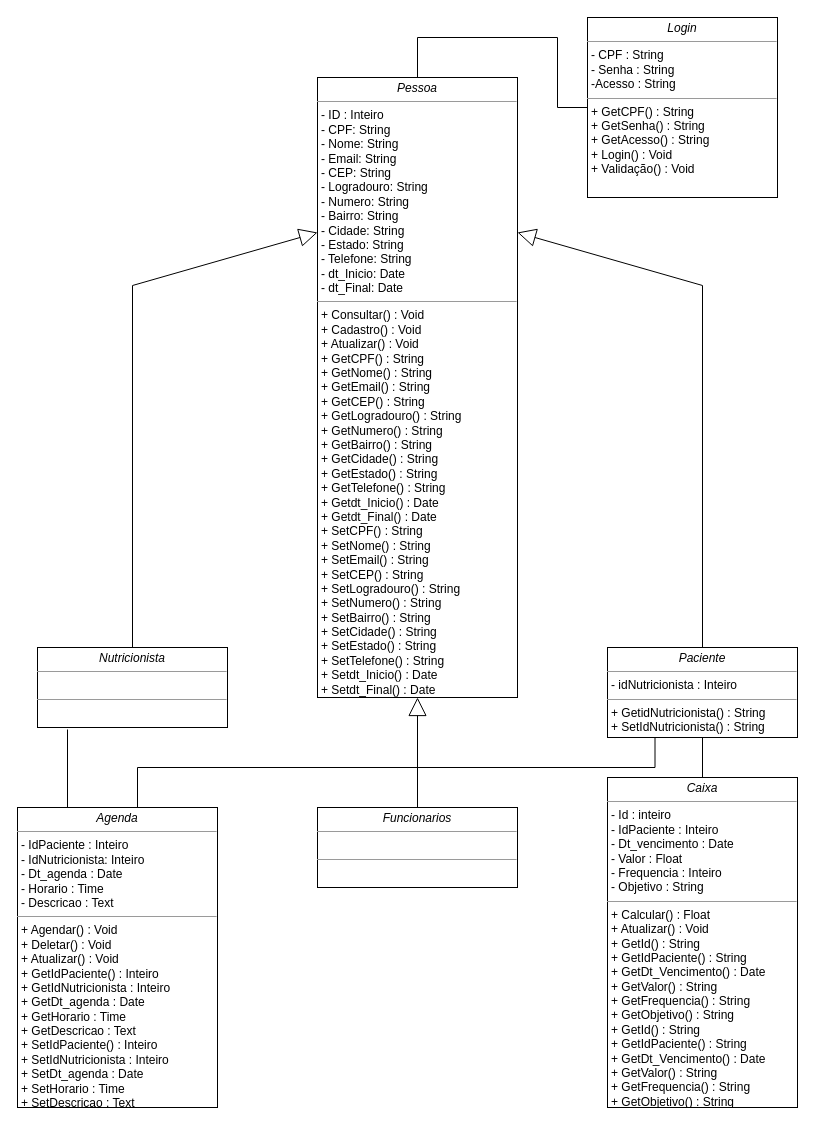
Above: Diagrama de Classe.drawio in Tavares264/Project_PccFit (draw.io), before the change. Source tidied: cells renumbered, new cells numbered last; positions are measured from the earlier drawing's top-left corner, leaving out a move shared by most shapes. Both pictures are drawn from the tidied source at 100%, with x=0, y=0 at pixel (17, 17).
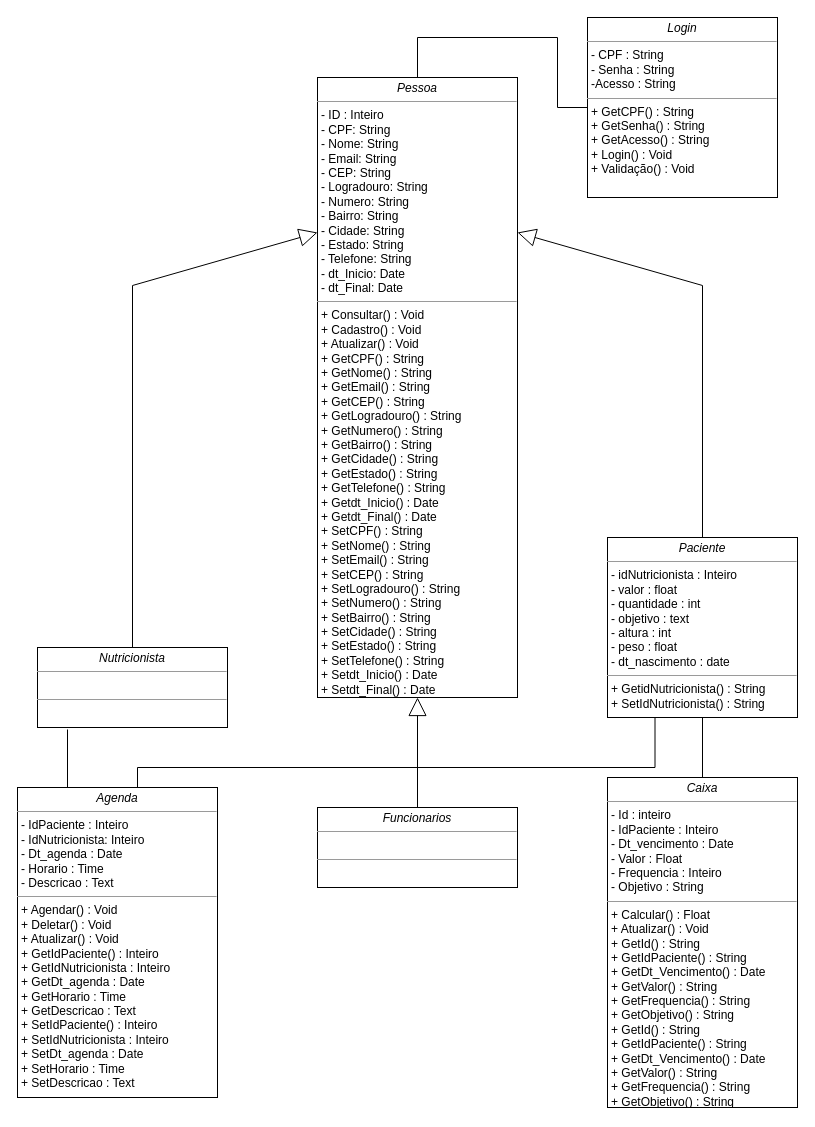
After the change.

What changed in the source:
```diff
@@
-    <mxCell id="4" value="&lt;p style=&quot;margin: 0px ; margin-top: 4px ; text-align: center&quot;&gt;&lt;i&gt;Paciente&lt;/i&gt;&lt;/p&gt;&lt;hr size=&quot;1&quot;&gt;&lt;p style=&quot;margin: 0px ; margin-left: 4px&quot;&gt;- idNutricionista : Inteiro&lt;br&gt;&lt;/p&gt;&lt;hr size=&quot;1&quot;&gt;&lt;p style=&quot;margin: 0px 0px 0px 4px&quot;&gt;+ GetidNutricionista() : String&lt;br&gt;&lt;/p&gt;&lt;p style=&quot;margin: 0px 0px 0px 4px&quot;&gt;+ SetIdNutricionista() : String&lt;/p&gt;" style="verticalAlign=top;align=left;overflow=fill;fontSize=12;fontFamily=Helvetica;html=1;rounded=0;shadow=0;comic=0;labelBackgroundColor=none;strokeWidth=1;" parent="1" vertex="1">
-      <mxGeometry x="590" y="630" width="190" height="90" as="geometry" />
+    <mxCell id="4" value="&lt;p style=&quot;margin: 0px ; margin-top: 4px ; text-align: center&quot;&gt;&lt;i&gt;Paciente&lt;/i&gt;&lt;/p&gt;&lt;hr size=&quot;1&quot;&gt;&lt;p style=&quot;margin: 0px ; margin-left: 4px&quot;&gt;- idNutricionista : Inteiro&lt;br&gt;&lt;/p&gt;&lt;p style=&quot;margin: 0px ; margin-left: 4px&quot;&gt;-&amp;nbsp;&lt;span&gt;valor : float&lt;/span&gt;&lt;/p&gt;&lt;p style=&quot;margin: 0px ; margin-left: 4px&quot;&gt;- quantidade : int&lt;/p&gt;&lt;p style=&quot;margin: 0px ; margin-left: 4px&quot;&gt;- objetivo : text&lt;/p&gt;&lt;p style=&quot;margin: 0px ; margin-left: 4px&quot;&gt;- altura : int&lt;/p&gt;&lt;p style=&quot;margin: 0px ; margin-left: 4px&quot;&gt;- peso : float&lt;/p&gt;&lt;p style=&quot;margin: 0px ; margin-left: 4px&quot;&gt;- dt_nascimento : date&lt;/p&gt;&lt;hr size=&quot;1&quot;&gt;&lt;p style=&quot;margin: 0px 0px 0px 4px&quot;&gt;+ GetidNutricionista() : String&lt;br&gt;&lt;/p&gt;&lt;p style=&quot;margin: 0px 0px 0px 4px&quot;&gt;+ SetIdNutricionista() : String&lt;/p&gt;" style="verticalAlign=top;align=left;overflow=fill;fontSize=12;fontFamily=Helvetica;html=1;rounded=0;shadow=0;comic=0;labelBackgroundColor=none;strokeWidth=1;" parent="1" vertex="1">
+      <mxGeometry x="590" y="520" width="190" height="180" as="geometry" />
     </mxCell>
@@
-    <mxCell id="12" value="&lt;p style=&quot;margin: 0px ; margin-top: 4px ; text-align: center&quot;&gt;&lt;i&gt;Agenda&lt;/i&gt;&lt;/p&gt;&lt;hr size=&quot;1&quot;&gt;&lt;p style=&quot;margin: 0px ; margin-left: 4px&quot;&gt;- IdPaciente : Inteiro&lt;/p&gt;&lt;p style=&quot;margin: 0px ; margin-left: 4px&quot;&gt;- IdNutricionista: Inteiro&lt;/p&gt;&lt;p style=&quot;margin: 0px ; margin-left: 4px&quot;&gt;- Dt_agenda : Date&lt;/p&gt;&lt;p style=&quot;margin: 0px ; margin-left: 4px&quot;&gt;- Horario : Time&lt;/p&gt;&lt;p style=&quot;margin: 0px ; margin-left: 4px&quot;&gt;- Descricao : Text&lt;/p&gt;&lt;hr size=&quot;1&quot;&gt;&lt;p style=&quot;margin: 0px 0px 0px 4px&quot;&gt;+ Agendar() : Void&lt;/p&gt;&lt;p style=&quot;margin: 0px 0px 0px 4px&quot;&gt;+ Deletar() : Void&lt;/p&gt;&lt;p style=&quot;margin: 0px 0px 0px 4px&quot;&gt;+ Atualizar() : Void&lt;/p&gt;&lt;p style=&quot;margin: 0px 0px 0px 4px&quot;&gt;+ GetIdPaciente() : Inteiro&lt;/p&gt;&lt;p style=&quot;margin: 0px 0px 0px 4px&quot;&gt;+ GetIdNutricionista : Inteiro&lt;/p&gt;&lt;p style=&quot;margin: 0px 0px 0px 4px&quot;&gt;+ GetDt_agenda : Date&lt;/p&gt;&lt;p style=&quot;margin: 0px 0px 0px 4px&quot;&gt;+ GetHorario : Time&lt;/p&gt;&lt;p style=&quot;margin: 0px 0px 0px 4px&quot;&gt;+ GetDescricao : Text&lt;/p&gt;&lt;p style=&quot;margin: 0px 0px 0px 4px&quot;&gt;+ SetIdPaciente() : Inteiro&lt;/p&gt;&lt;p style=&quot;margin: 0px 0px 0px 4px&quot;&gt;+ SetIdNutricionista : Inteiro&lt;/p&gt;&lt;p style=&quot;margin: 0px 0px 0px 4px&quot;&gt;+ SetDt_agenda : Date&lt;/p&gt;&lt;p style=&quot;margin: 0px 0px 0px 4px&quot;&gt;+ SetHorario : Time&lt;/p&gt;&lt;p style=&quot;margin: 0px 0px 0px 4px&quot;&gt;+ SetDescricao : Text&lt;/p&gt;" style="verticalAlign=top;align=left;overflow=fill;fontSize=12;fontFamily=Helvetica;html=1;rounded=0;shadow=0;comic=0;labelBackgroundColor=none;strokeWidth=1;" parent="1" vertex="1">
-      <mxGeometry y="790" width="200" height="300" as="geometry" />
-    </mxCell>
-    <mxCell id="13" style="endArrow=none;html=1;edgeStyle=orthogonalEdgeStyle;rounded=0;entryX=0.25;entryY=1;entryDx=0;entryDy=0;" parent="1" edge="1" target="4">
+    <mxCell id="13" style="endArrow=none;html=1;edgeStyle=orthogonalEdgeStyle;rounded=0;entryX=0.25;entryY=1;entryDx=0;entryDy=0;startArrow=none;" parent="1" edge="1" source="12" target="4">
       <mxGeometry relative="1" as="geometry">
-        <mxPoint x="120" y="780" as="sourcePoint" />
         <Array as="points">
-          <mxPoint x="120" y="790" />
           <mxPoint x="120" y="750" />
           <mxPoint x="638" y="750" />
         </Array>
       </mxGeometry>
     </mxCell>
@@
+    <mxCell id="12" value="&lt;p style=&quot;margin: 0px ; margin-top: 4px ; text-align: center&quot;&gt;&lt;i&gt;Agenda&lt;/i&gt;&lt;/p&gt;&lt;hr size=&quot;1&quot;&gt;&lt;p style=&quot;margin: 0px ; margin-left: 4px&quot;&gt;- IdPaciente : Inteiro&lt;/p&gt;&lt;p style=&quot;margin: 0px ; margin-left: 4px&quot;&gt;- IdNutricionista: Inteiro&lt;/p&gt;&lt;p style=&quot;margin: 0px ; margin-left: 4px&quot;&gt;- Dt_agenda : Date&lt;/p&gt;&lt;p style=&quot;margin: 0px ; margin-left: 4px&quot;&gt;- Horario : Time&lt;/p&gt;&lt;p style=&quot;margin: 0px ; margin-left: 4px&quot;&gt;- Descricao : Text&lt;/p&gt;&lt;hr size=&quot;1&quot;&gt;&lt;p style=&quot;margin: 0px 0px 0px 4px&quot;&gt;+ Agendar() : Void&lt;/p&gt;&lt;p style=&quot;margin: 0px 0px 0px 4px&quot;&gt;+ Deletar() : Void&lt;/p&gt;&lt;p style=&quot;margin: 0px 0px 0px 4px&quot;&gt;+ Atualizar() : Void&lt;/p&gt;&lt;p style=&quot;margin: 0px 0px 0px 4px&quot;&gt;+ GetIdPaciente() : Inteiro&lt;/p&gt;&lt;p style=&quot;margin: 0px 0px 0px 4px&quot;&gt;+ GetIdNutricionista : Inteiro&lt;/p&gt;&lt;p style=&quot;margin: 0px 0px 0px 4px&quot;&gt;+ GetDt_agenda : Date&lt;/p&gt;&lt;p style=&quot;margin: 0px 0px 0px 4px&quot;&gt;+ GetHorario : Time&lt;/p&gt;&lt;p style=&quot;margin: 0px 0px 0px 4px&quot;&gt;+ GetDescricao : Text&lt;/p&gt;&lt;p style=&quot;margin: 0px 0px 0px 4px&quot;&gt;+ SetIdPaciente() : Inteiro&lt;/p&gt;&lt;p style=&quot;margin: 0px 0px 0px 4px&quot;&gt;+ SetIdNutricionista : Inteiro&lt;/p&gt;&lt;p style=&quot;margin: 0px 0px 0px 4px&quot;&gt;+ SetDt_agenda : Date&lt;/p&gt;&lt;p style=&quot;margin: 0px 0px 0px 4px&quot;&gt;+ SetHorario : Time&lt;/p&gt;&lt;p style=&quot;margin: 0px 0px 0px 4px&quot;&gt;+ SetDescricao : Text&lt;/p&gt;" style="verticalAlign=top;align=left;overflow=fill;fontSize=12;fontFamily=Helvetica;html=1;rounded=0;shadow=0;comic=0;labelBackgroundColor=none;strokeWidth=1;" parent="1" vertex="1">
+      <mxGeometry y="770" width="200" height="310" as="geometry" />
+    </mxCell>
```
